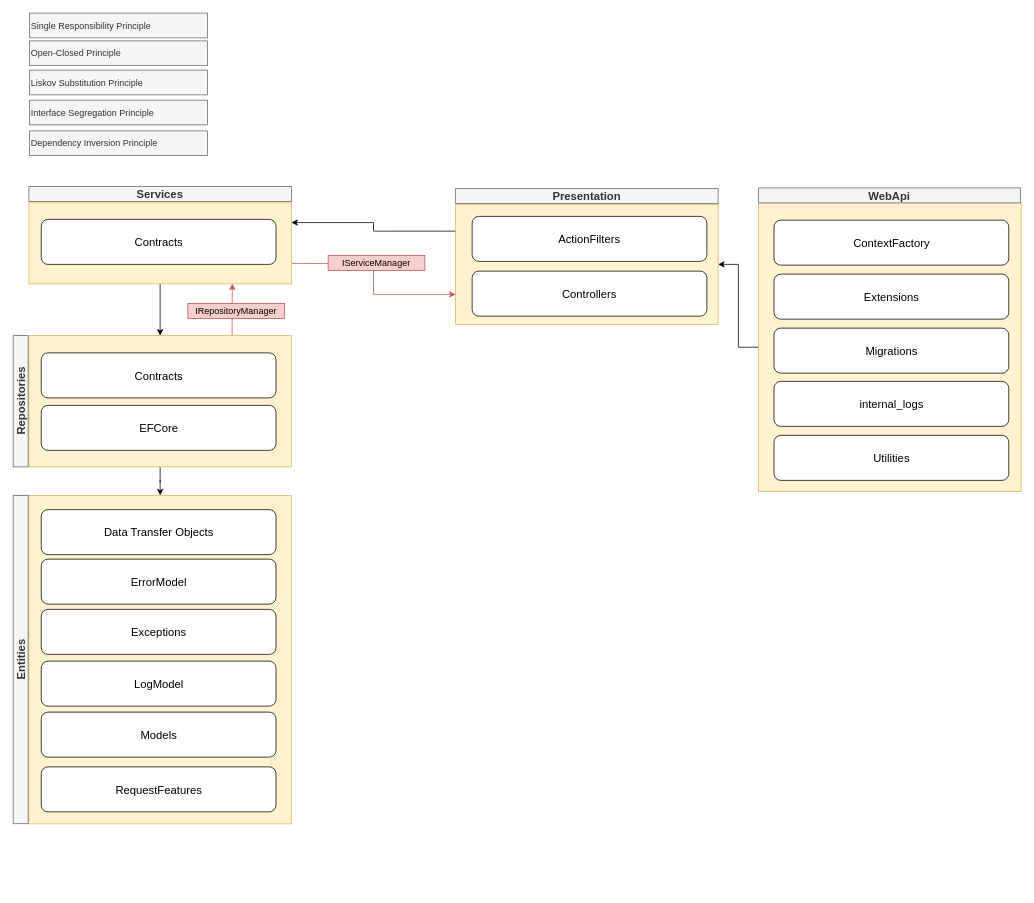
This is drawing.drawio from TopGuru777/BTK-Akademi-ASPNET-Core-Web-Api, a draw.io file, before an edit. Source tidied: cells renumbered, new cells numbered last; positions are measured from the earlier drawing's top-left corner, leaving out a move shared by most shapes. Both pictures are drawn from the tidied source at 75%, with x=0, y=0 at pixel (-144, 13).
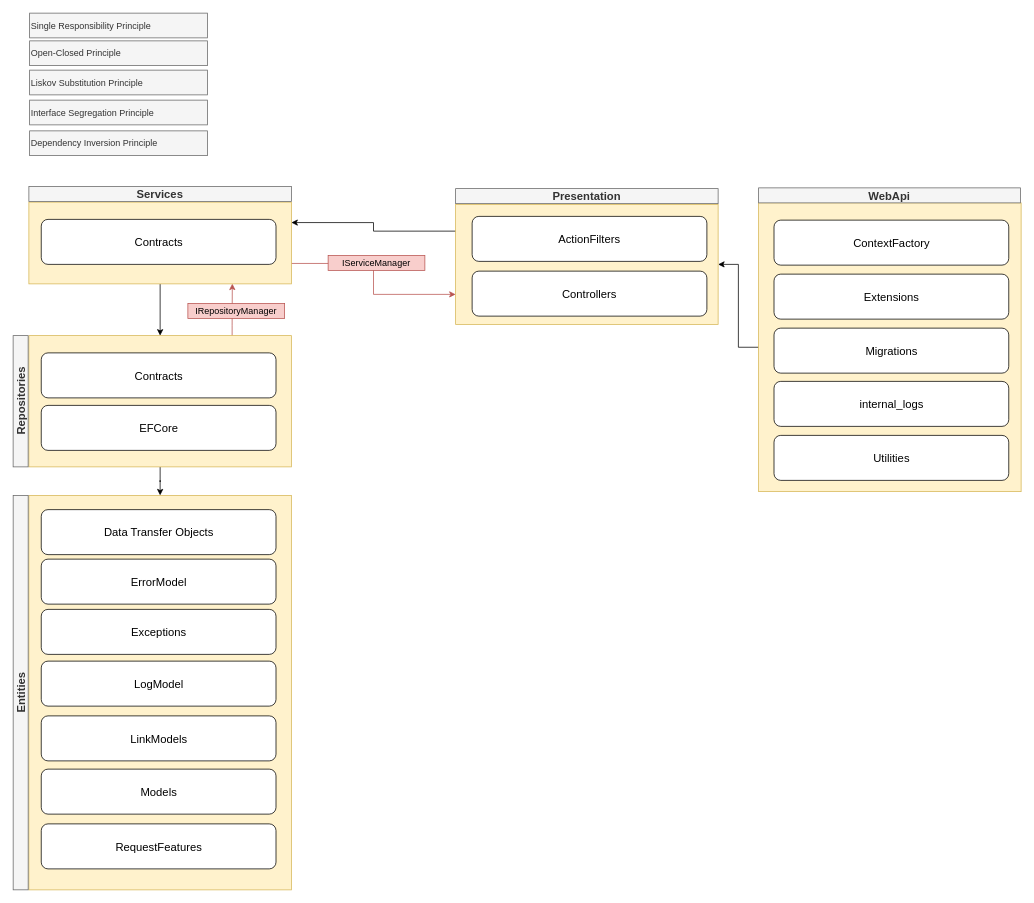
After the change.

Diff of the diagram source:
```diff
@@
     <mxCell id="5" style="rounded=1;whiteSpace=wrap;html=1;fillColor=#fff2cc;strokeColor=#d6b656;arcSize=0;" parent="1" vertex="1">
-      <mxGeometry x="230" y="643" width="350" height="438" as="geometry" />
+      <mxGeometry x="230" y="643" width="350" height="526" as="geometry" />
     </mxCell>
@@
     <mxCell id="27" value="Entities" style="text;html=1;strokeColor=#666666;fillColor=#f5f5f5;align=center;verticalAlign=middle;whiteSpace=wrap;rounded=0;fontSize=15;fontStyle=1;rotation=-90;fontColor=#333333;" parent="1" vertex="1">
-      <mxGeometry x="0.1" y="851.9" width="437.8" height="20" as="geometry" />
+      <mxGeometry x="-43.9" y="896" width="525.9" height="20" as="geometry" />
     </mxCell>
@@
     <mxCell id="36" value="Models" style="rounded=1;whiteSpace=wrap;html=1;fontSize=15;" parent="1" vertex="1">
-      <mxGeometry x="246.5" y="932" width="313" height="60" as="geometry" />
+      <mxGeometry x="246.5" y="1008" width="313" height="60" as="geometry" />
     </mxCell>
@@
     <mxCell id="41" value="RequestFeatures" style="rounded=1;whiteSpace=wrap;html=1;fontSize=15;" parent="1" vertex="1">
-      <mxGeometry x="246.5" y="1005" width="313" height="60" as="geometry" />
+      <mxGeometry x="246.5" y="1081" width="313" height="60" as="geometry" />
     </mxCell>
+    <mxCell id="42" value="LinkModels" style="rounded=1;whiteSpace=wrap;html=1;fontSize=15;" parent="1" vertex="1">
+      <mxGeometry x="246.5" y="937" width="313" height="60" as="geometry" />
+    </mxCell>
```
